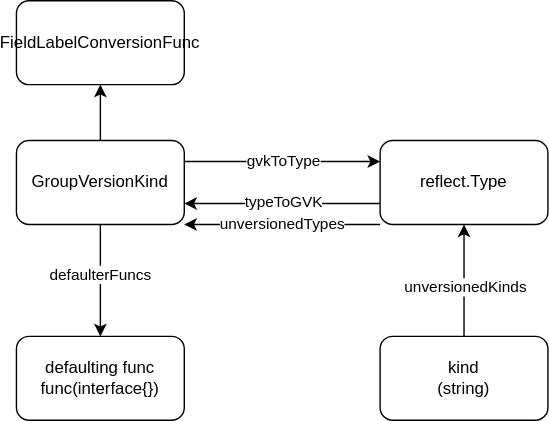
nakamasato/kubernetes-training keeps this draw.io diagram as contents/kubernetes-operator/apimachinery/scheme/scheme.drawio.svg. Above is the earlier version. Source tidied: cells renumbered, new cells last; positions are measured from the earlier drawing's top-left corner, leaving out a move shared by most shapes.
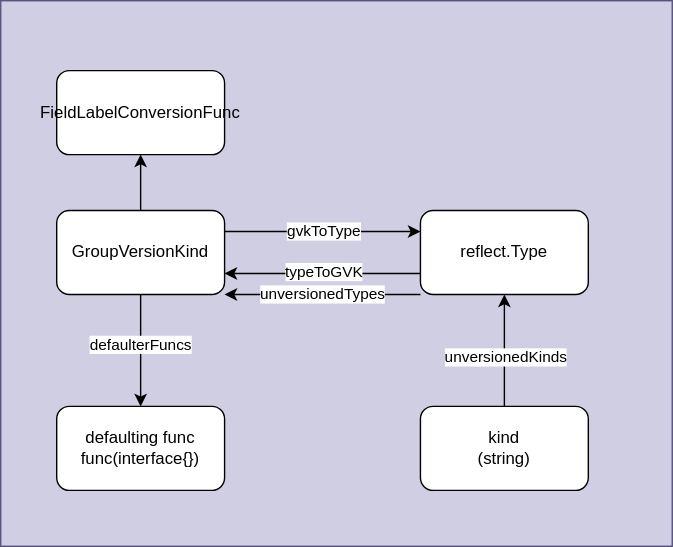
After the commit.

Diff of the diagram source:
```diff
@@ -2,6 +2,9 @@
   <root>
     <mxCell id="0" />
     <mxCell id="1" parent="0" />
+    <mxCell id="17" style="rounded=0;whiteSpace=wrap;html=1;fillColor=#d0cee2;strokeColor=#56517e;" parent="1" vertex="1">
+      <mxGeometry x="-40" y="-50" width="480" height="390" as="geometry" />
+    </mxCell>
     <mxCell id="2" style="edgeStyle=none;html=1;exitX=1;exitY=0.25;exitDx=0;exitDy=0;entryX=0;entryY=0.25;entryDx=0;entryDy=0;" parent="1" edge="1" source="7" target="11">
       <mxGeometry relative="1" as="geometry" />
     </mxCell>
```
